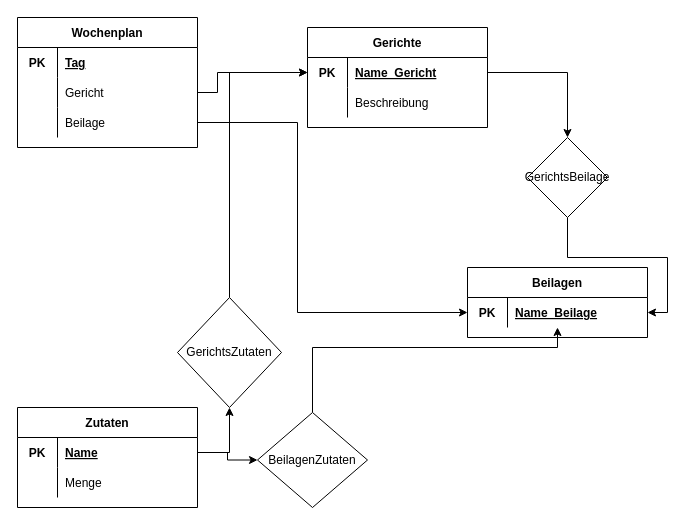
This is diagrams/ER-Diagramm Projekt Wochenplan.drawio from ZeroOne010101/Wochenplan, a draw.io file, before an edit. Source tidied: cells renumbered, new cells numbered last; positions are measured from the earlier drawing's top-left corner, leaving out a move shared by most shapes. Both pictures are drawn from the tidied source at 100%, with x=0, y=0 at pixel (17, 17).
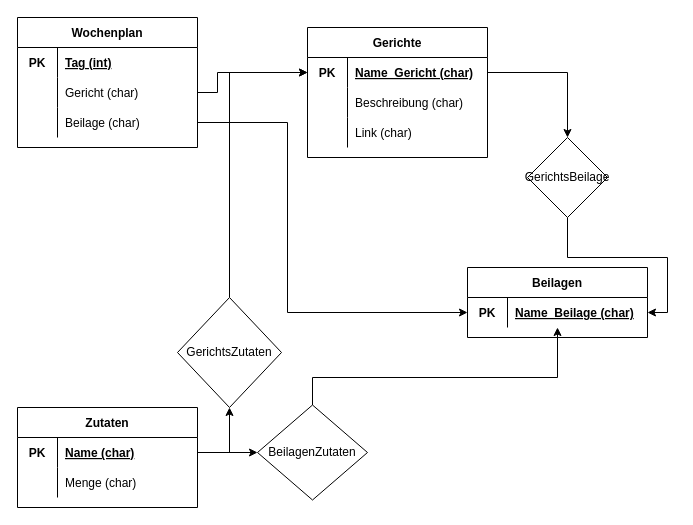
After the change.

Unchanged cells that the change refers to:
```xml
<mxCell id="5" style="shape=tableRow;horizontal=0;startSize=0;swimlaneHead=0;swimlaneBody=0;fillColor=none;points=[[0,0.5],[1,0.5]];portConstraint=eastwest;top=0;left=0;right=0;bottom=0;" parent="4" vertex="1">
  <mxGeometry y="30" width="180" height="30" as="geometry" />
</mxCell>
<mxCell id="8" style="shape=tableRow;horizontal=0;startSize=0;swimlaneHead=0;swimlaneBody=0;fillColor=none;top=0;left=0;right=0;bottom=0;" parent="4" vertex="1">
  <mxGeometry y="60" width="180" height="30" as="geometry" />
</mxCell>
<mxCell id="12" style="shape=tableRow;horizontal=0;startSize=0;swimlaneHead=0;swimlaneBody=0;fillColor=none;points=[[0,0.5],[1,0.5]];portConstraint=eastwest;top=0;left=0;right=0;bottom=0;" parent="11" vertex="1">
  <mxGeometry y="30" width="180" height="30" as="geometry" />
</mxCell>
<mxCell id="18" style="shape=tableRow;horizontal=0;startSize=0;swimlaneHead=0;swimlaneBody=0;fillColor=none;points=[[0,0.5],[1,0.5]];portConstraint=eastwest;top=0;left=0;right=0;bottom=0;" parent="17" vertex="1">
  <mxGeometry y="30" width="180" height="30" as="geometry" />
</mxCell>
<mxCell id="21" style="shape=tableRow;horizontal=0;startSize=0;swimlaneHead=0;swimlaneBody=0;fillColor=none;top=0;left=0;right=0;bottom=0;" parent="17" vertex="1">
  <mxGeometry y="60" width="180" height="30" as="geometry" />
</mxCell>
<mxCell id="25" style="shape=tableRow;horizontal=0;startSize=0;swimlaneHead=0;swimlaneBody=0;fillColor=none;top=0;left=0;right=0;bottom=0;" parent="24" vertex="1">
  <mxGeometry y="30" width="180" height="30" as="geometry" />
</mxCell>
<mxCell id="28" style="shape=tableRow;horizontal=0;startSize=0;swimlaneHead=0;swimlaneBody=0;fillColor=none;points=[[0,0.5],[1,0.5]];portConstraint=eastwest;top=0;left=0;right=0;bottom=0;" parent="24" vertex="1">
  <mxGeometry y="60" width="180" height="30" as="geometry" />
</mxCell>
<mxCell id="31" style="shape=tableRow;horizontal=0;startSize=0;swimlaneHead=0;swimlaneBody=0;fillColor=none;points=[[0,0.5],[1,0.5]];portConstraint=eastwest;top=0;left=0;right=0;bottom=0;" parent="24" vertex="1">
  <mxGeometry y="90" width="180" height="30" as="geometry" />
</mxCell>
<mxCell id="38" value="&lt;span style=&quot;font-weight: normal&quot;&gt;GerichtsZutaten&lt;/span&gt;" style="rhombus;whiteSpace=wrap;html=1;startSize=30;fontStyle=1;" parent="1" vertex="1">
  <mxGeometry x="160" y="280" width="104" height="110" as="geometry" />
</mxCell>
```

What changed in the source:
```diff
@@
     <mxCell id="4" value="Gerichte" style="shape=table;startSize=30;childLayout=tableLayout;rowLines=0;fontStyle=1;align=center;" parent="1" vertex="1">
-      <mxGeometry x="290" y="10" width="180" height="100" as="geometry" />
+      <mxGeometry x="290" y="10" width="180" height="130" as="geometry" />
     </mxCell>
@@
-    <mxCell id="7" value="Name_Gericht" style="shape=partialRectangle;fillColor=none;top=0;left=0;bottom=0;right=0;align=left;spacingLeft=6;fontStyle=5;overflow=hidden;" parent="5" vertex="1">
+    <mxCell id="7" value="Name_Gericht (char)" style="shape=partialRectangle;fillColor=none;top=0;left=0;bottom=0;right=0;align=left;spacingLeft=6;fontStyle=5;overflow=hidden;" parent="5" vertex="1">
       <mxGeometry x="40" width="140" height="30" as="geometry" />
     </mxCell>
@@
-    <mxCell id="10" value="Beschreibung" style="shape=partialRectangle;fillColor=none;top=0;left=0;bottom=0;right=0;align=left;spacingLeft=6;overflow=hidden;" parent="8" vertex="1">
+    <mxCell id="10" value="Beschreibung (char)" style="shape=partialRectangle;fillColor=none;top=0;left=0;bottom=0;right=0;align=left;spacingLeft=6;overflow=hidden;" parent="8" vertex="1">
       <mxGeometry x="40" width="140" height="30" as="geometry" />
     </mxCell>
+    <mxCell id="41" style="shape=tableRow;horizontal=0;startSize=0;swimlaneHead=0;swimlaneBody=0;fillColor=none;top=0;left=0;right=0;bottom=0;" parent="4" vertex="1">
+      <mxGeometry y="90" width="180" height="30" as="geometry" />
+    </mxCell>
+    <mxCell id="42" style="shape=partialRectangle;fillColor=none;top=0;left=0;bottom=0;right=0;overflow=hidden;" parent="41" vertex="1">
+      <mxGeometry width="40" height="30" as="geometry" />
+    </mxCell>
+    <mxCell id="43" value="Link (char)" style="shape=partialRectangle;fillColor=none;top=0;left=0;bottom=0;right=0;align=left;spacingLeft=6;overflow=hidden;" parent="41" vertex="1">
+      <mxGeometry x="40" width="140" height="30" as="geometry" />
+    </mxCell>
@@
-    <mxCell id="14" value="Name_Beilage" style="shape=partialRectangle;fillColor=none;top=0;left=0;bottom=0;right=0;align=left;spacingLeft=6;fontStyle=5;overflow=hidden;" parent="12" vertex="1">
+    <mxCell id="14" value="Name_Beilage (char)" style="shape=partialRectangle;fillColor=none;top=0;left=0;bottom=0;right=0;align=left;spacingLeft=6;fontStyle=5;overflow=hidden;" parent="12" vertex="1">
       <mxGeometry x="40" width="140" height="30" as="geometry" />
     </mxCell>
@@
-    <mxCell id="20" value="Name" style="shape=partialRectangle;fillColor=none;top=0;left=0;bottom=0;right=0;align=left;spacingLeft=6;fontStyle=5;overflow=hidden;" parent="18" vertex="1">
+    <mxCell id="20" value="Name (char)" style="shape=partialRectangle;fillColor=none;top=0;left=0;bottom=0;right=0;align=left;spacingLeft=6;fontStyle=5;overflow=hidden;" parent="18" vertex="1">
       <mxGeometry x="40" width="140" height="30" as="geometry" />
     </mxCell>
@@
-    <mxCell id="23" value="Menge" style="shape=partialRectangle;fillColor=none;top=0;left=0;bottom=0;right=0;align=left;spacingLeft=6;overflow=hidden;" parent="21" vertex="1">
+    <mxCell id="23" value="Menge (char)" style="shape=partialRectangle;fillColor=none;top=0;left=0;bottom=0;right=0;align=left;spacingLeft=6;overflow=hidden;" parent="21" vertex="1">
       <mxGeometry x="40" width="140" height="30" as="geometry" />
     </mxCell>
@@
-    <mxCell id="27" value="Tag" style="shape=partialRectangle;fillColor=none;top=0;left=0;bottom=0;right=0;align=left;spacingLeft=6;fontStyle=5;overflow=hidden;" parent="25" vertex="1">
+    <mxCell id="27" value="Tag (int)" style="shape=partialRectangle;fillColor=none;top=0;left=0;bottom=0;right=0;align=left;spacingLeft=6;fontStyle=5;overflow=hidden;" parent="25" vertex="1">
       <mxGeometry x="40" width="140" height="30" as="geometry" />
     </mxCell>
@@
-    <mxCell id="30" value="Gericht" style="shape=partialRectangle;fillColor=none;top=0;left=0;bottom=0;right=0;align=left;spacingLeft=6;overflow=hidden;" parent="28" vertex="1">
+    <mxCell id="30" value="Gericht (char)" style="shape=partialRectangle;fillColor=none;top=0;left=0;bottom=0;right=0;align=left;spacingLeft=6;overflow=hidden;" parent="28" vertex="1">
       <mxGeometry x="40" width="140" height="30" as="geometry" />
     </mxCell>
@@
-    <mxCell id="33" value="Beilage" style="shape=partialRectangle;fillColor=none;top=0;left=0;bottom=0;right=0;align=left;spacingLeft=6;overflow=hidden;" parent="31" vertex="1">
+    <mxCell id="33" value="Beilage (char)" style="shape=partialRectangle;fillColor=none;top=0;left=0;bottom=0;right=0;align=left;spacingLeft=6;overflow=hidden;" parent="31" vertex="1">
       <mxGeometry x="40" width="140" height="30" as="geometry" />
     </mxCell>
@@
     <mxCell id="35" style="edgeStyle=orthogonalEdgeStyle;rounded=0;jettySize=auto;html=1;exitX=0.5;exitY=0;exitDx=0;exitDy=0;" parent="1" edge="1" source="36" target="12">
       <mxGeometry relative="1" as="geometry">
         <Array as="points">
-          <mxPoint x="295" y="330" />
-          <mxPoint x="540" y="330" />
+          <mxPoint x="295" y="360" />
+          <mxPoint x="540" y="360" />
         </Array>
       </mxGeometry>
     </mxCell>
     <mxCell id="36" value="&lt;span style=&quot;font-weight: normal&quot;&gt;BeilagenZutaten&lt;/span&gt;" style="rhombus;whiteSpace=wrap;html=1;startSize=30;fontStyle=1;" parent="1" vertex="1">
-      <mxGeometry x="240" y="395" width="110" height="95" as="geometry" />
+      <mxGeometry x="240" y="387.5" width="110" height="95" as="geometry" />
     </mxCell>
     <mxCell id="37" style="edgeStyle=orthogonalEdgeStyle;rounded=0;jettySize=auto;html=1;exitX=0.5;exitY=0;exitDx=0;exitDy=0;" parent="1" edge="1" source="38" target="5">
-      <mxGeometry relative="1" as="geometry" />
+      <mxGeometry relative="1" as="geometry">
+        <Array as="points">
+          <mxPoint x="212" y="55" />
+        </Array>
+      </mxGeometry>
     </mxCell>
@@
     <mxCell id="40" style="edgeStyle=orthogonalEdgeStyle;rounded=0;jettySize=auto;html=1;" parent="1" edge="1" source="31" target="12">
       <mxGeometry relative="1" as="geometry">
         <Array as="points">
-          <mxPoint x="280" y="105" />
-          <mxPoint x="280" y="295" />
+          <mxPoint x="270" y="105" />
+          <mxPoint x="270" y="295" />
         </Array>
       </mxGeometry>
     </mxCell>
```
